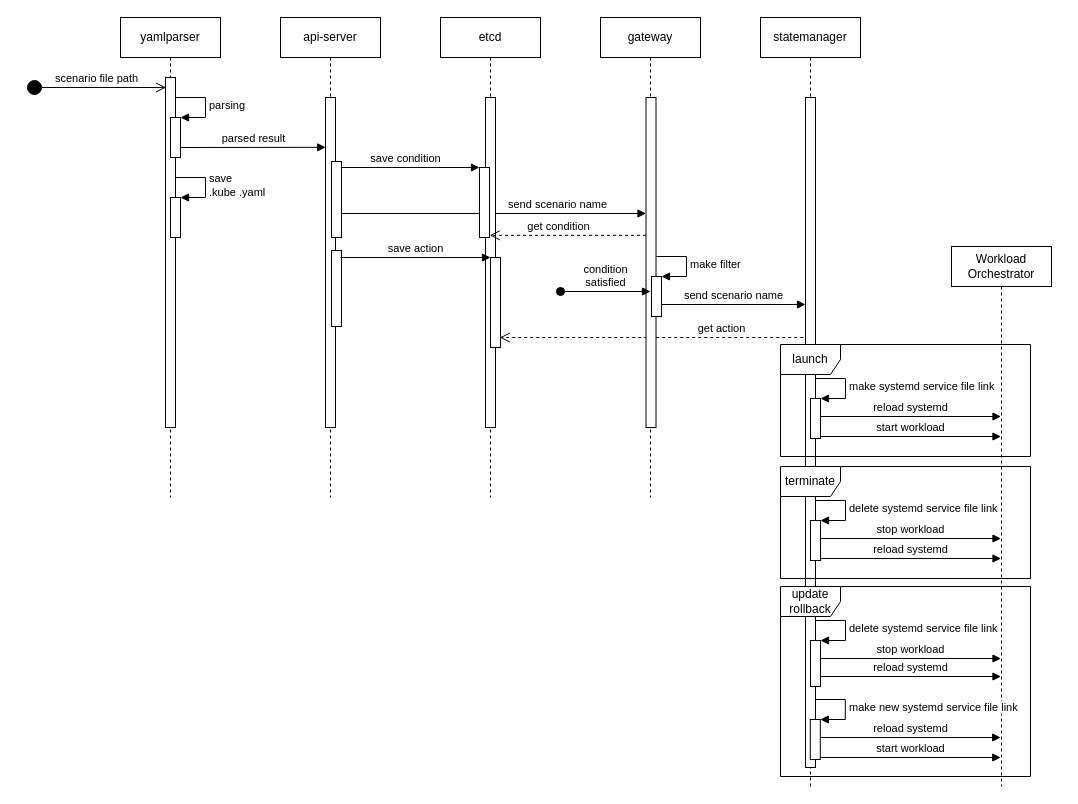
Before: page "launch" (2 of 4) of doc/images/piccolo.drawio in youngtaekiim/pullpiri, a draw.io diagram. Source tidied: cells renumbered, new cells numbered last; positions are measured from the earlier drawing's top-left corner, leaving out a move shared by most shapes. Both pictures are drawn from the tidied source at 100%, with x=0, y=0 at pixel (26, 17).
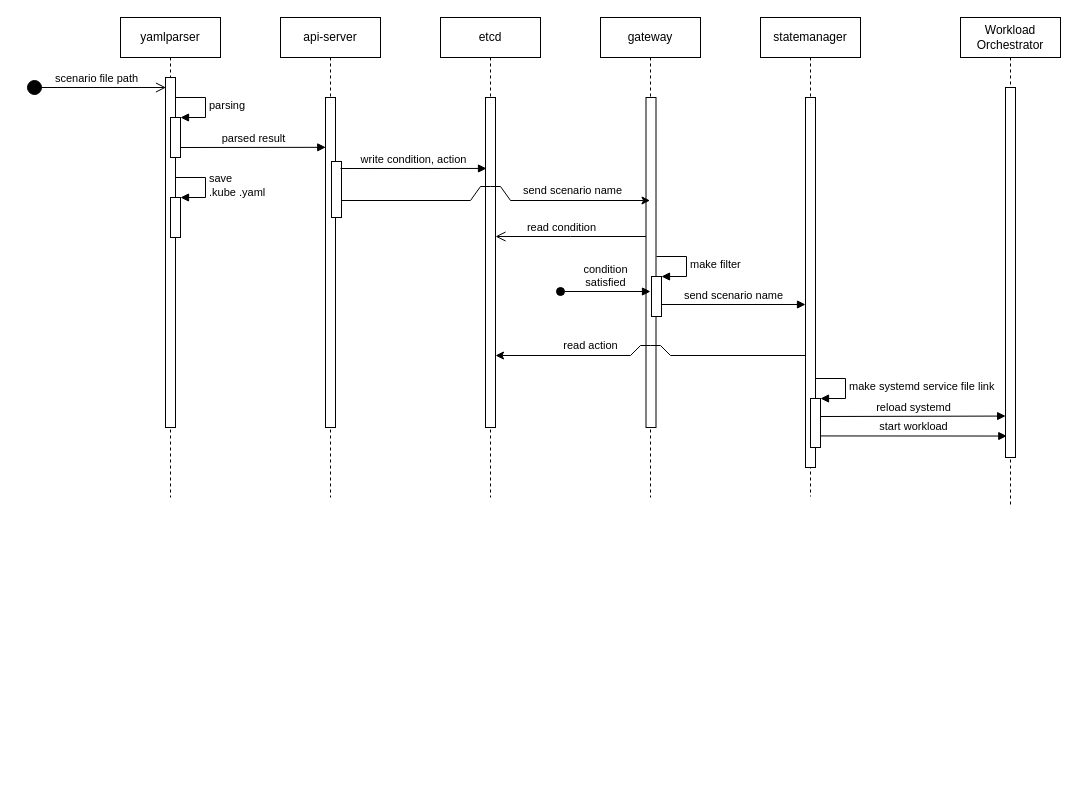
The same diagram, later.

Commit message:
update sequence diagram

Change to the diagram source:
```diff
@@
-    <mxCell id="2" value="get action" style="html=1;verticalAlign=bottom;endArrow=open;dashed=1;endSize=8;" parent="1" edge="1">
-      <mxGeometry x="-0.43" relative="1" as="geometry">
-        <mxPoint x="782.7" y="320" as="sourcePoint" />
-        <mxPoint x="473.3" y="320" as="targetPoint" />
-      </mxGeometry>
-    </mxCell>
-    <mxCell id="3" value="yamlparser" style="shape=umlLifeline;perimeter=lifelinePerimeter;whiteSpace=wrap;html=1;" parent="1" vertex="1">
+    <mxCell id="3" value="yamlparser" style="shape=umlLifeline;perimeter=lifelinePerimeter;whiteSpace=wrap;html=1;rounded=0;" parent="1" vertex="1">
       <mxGeometry x="94" width="100" height="480" as="geometry" />
     </mxCell>
-    <mxCell id="4" style="html=1;perimeter=orthogonalPerimeter;" parent="3" vertex="1">
-      <mxGeometry x="45" y="60" width="10" height="350" as="geometry" />
-    </mxCell>
-    <mxCell id="5" style="html=1;points=[];perimeter=orthogonalPerimeter;" parent="3" vertex="1">
-      <mxGeometry x="50" y="100" width="10" height="40" as="geometry" />
-    </mxCell>
+    <mxCell id="51" style="html=1;perimeter=orthogonalPerimeter;rounded=0;" parent="3" vertex="1">
+      <mxGeometry x="45" y="60" width="10" height="350" as="geometry" />
+    </mxCell>
+    <mxCell id="52" style="html=1;points=[];perimeter=orthogonalPerimeter;rounded=0;" parent="3" vertex="1">
+      <mxGeometry x="50" y="100" width="10" height="40" as="geometry" />
+    </mxCell>
-    <mxCell id="6" value="parsing" style="edgeStyle=orthogonalEdgeStyle;html=1;align=left;spacingLeft=2;endArrow=block;rounded=0;entryX=1;entryY=0;" parent="3" edge="1" target="5">
+    <mxCell id="6" value="parsing" style="edgeStyle=orthogonalEdgeStyle;html=1;align=left;spacingLeft=2;endArrow=block;rounded=0;entryX=1;entryY=0;" parent="3" edge="1" target="52">
       <mxGeometry relative="1" as="geometry">
         <mxPoint x="55" y="80" as="sourcePoint" />
         <Array as="points">
           <mxPoint x="85" y="80" />
         </Array>
       </mxGeometry>
     </mxCell>
-    <mxCell id="7" style="html=1;points=[];perimeter=orthogonalPerimeter;" parent="3" vertex="1">
-      <mxGeometry x="50" y="180" width="10" height="40" as="geometry" />
-    </mxCell>
+    <mxCell id="53" style="html=1;points=[];perimeter=orthogonalPerimeter;rounded=0;" parent="3" vertex="1">
+      <mxGeometry x="50" y="180" width="10" height="40" as="geometry" />
+    </mxCell>
-    <mxCell id="8" value="save &lt;br&gt;.kube&amp;nbsp;.yaml" style="edgeStyle=orthogonalEdgeStyle;html=1;align=left;spacingLeft=2;endArrow=block;rounded=0;entryX=1;entryY=0;" parent="3" edge="1" target="7">
+    <mxCell id="8" value="save &lt;br&gt;.kube&amp;nbsp;.yaml" style="edgeStyle=orthogonalEdgeStyle;html=1;align=left;spacingLeft=2;endArrow=block;rounded=0;entryX=1;entryY=0;" parent="3" edge="1" target="53">
       <mxGeometry x="0.01" relative="1" as="geometry">
         <mxPoint x="55" y="160" as="sourcePoint" />
         <Array as="points">
           <mxPoint x="85" y="160" />
         </Array>
       </mxGeometry>
     </mxCell>
-    <mxCell id="9" value="parsed result" style="html=1;verticalAlign=bottom;endArrow=block;entryX=0.024;entryY=0.151;entryDx=0;entryDy=0;entryPerimeter=0;" parent="3" edge="1" target="12">
+    <mxCell id="9" value="parsed result" style="html=1;verticalAlign=bottom;endArrow=block;entryX=0.024;entryY=0.151;entryDx=0;entryDy=0;entryPerimeter=0;rounded=0;" parent="3" edge="1" target="54">
       <mxGeometry relative="1" as="geometry">
         <mxPoint x="60" y="130" as="sourcePoint" />
       </mxGeometry>
     </mxCell>
-    <mxCell id="10" value="api-server" style="shape=umlLifeline;perimeter=lifelinePerimeter;whiteSpace=wrap;html=1;outlineConnect=0;" parent="1" vertex="1">
+    <mxCell id="10" value="api-server" style="shape=umlLifeline;perimeter=lifelinePerimeter;whiteSpace=wrap;html=1;outlineConnect=0;rounded=0;" parent="1" vertex="1">
       <mxGeometry x="254" width="100" height="480" as="geometry" />
     </mxCell>
-    <mxCell id="11" value="save condition" style="html=1;verticalAlign=bottom;endArrow=block;entryX=0.5;entryY=0.069;entryDx=0;entryDy=0;entryPerimeter=0;" parent="10" edge="1" source="10">
-      <mxGeometry relative="1" as="geometry">
-        <mxPoint x="199" y="150" as="targetPoint" />
-      </mxGeometry>
-    </mxCell>
-    <mxCell id="12" style="html=1;points=[];perimeter=orthogonalPerimeter;" parent="10" vertex="1">
-      <mxGeometry x="45" y="80" width="10" height="330" as="geometry" />
-    </mxCell>
-    <mxCell id="13" value="send scenario name" style="html=1;verticalAlign=bottom;endArrow=block;" parent="10" edge="1">
-      <mxGeometry x="0.42" relative="1" as="geometry">
-        <mxPoint x="61" y="196" as="sourcePoint" />
-        <mxPoint x="365.5" y="196" as="targetPoint" />
-      </mxGeometry>
-    </mxCell>
-    <mxCell id="14" style="html=1;perimeter=orthogonalPerimeter;" parent="10" vertex="1">
-      <mxGeometry x="51" y="233" width="10" height="76" as="geometry" />
-    </mxCell>
-    <mxCell id="15" style="html=1;perimeter=orthogonalPerimeter;" parent="10" vertex="1">
-      <mxGeometry x="51" y="144" width="10" height="76" as="geometry" />
-    </mxCell>
+    <mxCell id="54" style="html=1;points=[];perimeter=orthogonalPerimeter;rounded=0;" parent="10" vertex="1">
+      <mxGeometry x="45" y="80" width="10" height="330" as="geometry" />
+    </mxCell>
+    <mxCell id="55" style="html=1;perimeter=orthogonalPerimeter;rounded=0;" parent="10" vertex="1">
+      <mxGeometry x="51" y="144" width="10" height="56" as="geometry" />
+    </mxCell>
-    <mxCell id="16" value="gateway" style="shape=umlLifeline;perimeter=lifelinePerimeter;whiteSpace=wrap;html=1;" parent="1" vertex="1">
+    <mxCell id="16" value="gateway" style="shape=umlLifeline;perimeter=lifelinePerimeter;whiteSpace=wrap;html=1;rounded=0;" parent="1" vertex="1">
       <mxGeometry x="574" width="100" height="480" as="geometry" />
     </mxCell>
-    <mxCell id="17" style="html=1;points=[];perimeter=orthogonalPerimeter;" parent="16" vertex="1">
-      <mxGeometry x="45.5" y="80" width="10" height="330" as="geometry" />
-    </mxCell>
-    <mxCell id="18" style="html=1;points=[];perimeter=orthogonalPerimeter;" parent="16" vertex="1">
-      <mxGeometry x="51" y="259" width="10" height="40" as="geometry" />
-    </mxCell>
+    <mxCell id="56" style="html=1;points=[];perimeter=orthogonalPerimeter;rounded=0;" parent="16" vertex="1">
+      <mxGeometry x="45.5" y="80" width="10" height="330" as="geometry" />
+    </mxCell>
+    <mxCell id="57" style="html=1;points=[];perimeter=orthogonalPerimeter;rounded=0;" parent="16" vertex="1">
+      <mxGeometry x="51" y="259" width="10" height="40" as="geometry" />
+    </mxCell>
-    <mxCell id="19" value="make filter" style="edgeStyle=orthogonalEdgeStyle;html=1;align=left;spacingLeft=2;endArrow=block;rounded=0;entryX=1;entryY=0;" parent="16" edge="1" target="18">
+    <mxCell id="19" value="make filter" style="edgeStyle=orthogonalEdgeStyle;html=1;align=left;spacingLeft=2;endArrow=block;rounded=0;entryX=1;entryY=0;" parent="16" edge="1" target="57">
       <mxGeometry relative="1" as="geometry">
         <mxPoint x="56" y="239" as="sourcePoint" />
         <Array as="points">
           <mxPoint x="86" y="239" />
         </Array>
       </mxGeometry>
     </mxCell>
-    <mxCell id="20" value="send scenario name" style="html=1;verticalAlign=bottom;endArrow=block;" parent="16" edge="1">
-      <mxGeometry relative="1" as="geometry">
-        <mxPoint x="61" y="287" as="sourcePoint" />
-        <mxPoint x="205" y="287" as="targetPoint" />
-      </mxGeometry>
-    </mxCell>
+    <mxCell id="58" value="send scenario name" style="html=1;verticalAlign=bottom;endArrow=block;rounded=0;" parent="16" edge="1">
+      <mxGeometry relative="1" as="geometry">
+        <mxPoint x="61" y="287" as="sourcePoint" />
+        <mxPoint x="205" y="287" as="targetPoint" />
+      </mxGeometry>
+    </mxCell>
-    <mxCell id="21" value="statemanager" style="shape=umlLifeline;perimeter=lifelinePerimeter;whiteSpace=wrap;html=1;" parent="1" vertex="1">
-      <mxGeometry x="734" width="100" height="769" as="geometry" />
+    <mxCell id="21" value="statemanager" style="shape=umlLifeline;perimeter=lifelinePerimeter;whiteSpace=wrap;html=1;rounded=0;" parent="1" vertex="1">
+      <mxGeometry x="734" width="100" height="479" as="geometry" />
     </mxCell>
-    <mxCell id="22" style="html=1;perimeter=orthogonalPerimeter;" parent="21" vertex="1">
-      <mxGeometry x="45" y="80" width="10" height="670" as="geometry" />
-    </mxCell>
-    <mxCell id="23" style="html=1;points=[];perimeter=orthogonalPerimeter;" parent="21" vertex="1">
-      <mxGeometry x="50" y="381" width="10" height="40" as="geometry" />
-    </mxCell>
+    <mxCell id="59" style="html=1;perimeter=orthogonalPerimeter;rounded=0;" parent="21" vertex="1">
+      <mxGeometry x="45" y="80" width="10" height="370" as="geometry" />
+    </mxCell>
+    <mxCell id="60" style="html=1;points=[];perimeter=orthogonalPerimeter;rounded=0;" parent="21" vertex="1">
+      <mxGeometry x="50" y="381" width="10" height="49" as="geometry" />
+    </mxCell>
-    <mxCell id="24" value="make systemd service file link" style="edgeStyle=orthogonalEdgeStyle;html=1;align=left;spacingLeft=2;endArrow=block;rounded=0;entryX=1;entryY=0;" parent="21" edge="1" target="23">
+    <mxCell id="24" value="make systemd service file link" style="edgeStyle=orthogonalEdgeStyle;html=1;align=left;spacingLeft=2;endArrow=block;rounded=0;entryX=1;entryY=0;" parent="21" edge="1" target="60">
       <mxGeometry relative="1" as="geometry">
         <mxPoint x="55" y="361" as="sourcePoint" />
         <Array as="points">
           <mxPoint x="85" y="361" />
         </Array>
       </mxGeometry>
     </mxCell>
-    <mxCell id="25" value="scenario file path" style="html=1;verticalAlign=bottom;startArrow=circle;startFill=1;endArrow=open;startSize=6;endSize=8;" parent="1" edge="1">
+    <mxCell id="25" value="scenario file path" style="html=1;verticalAlign=bottom;startArrow=circle;startFill=1;endArrow=open;startSize=6;endSize=8;rounded=0;" parent="1" edge="1">
       <mxGeometry relative="1" as="geometry">
         <mxPoint y="70" as="sourcePoint" />
         <mxPoint x="139.5" y="70" as="targetPoint" />
       </mxGeometry>
     </mxCell>
-    <mxCell id="26" value="etcd" style="shape=umlLifeline;perimeter=lifelinePerimeter;whiteSpace=wrap;html=1;" parent="1" vertex="1">
+    <mxCell id="26" value="etcd" style="shape=umlLifeline;perimeter=lifelinePerimeter;whiteSpace=wrap;html=1;rounded=0;" parent="1" vertex="1">
       <mxGeometry x="414" width="100" height="480" as="geometry" />
     </mxCell>
-    <mxCell id="27" style="html=1;perimeter=orthogonalPerimeter;" parent="26" vertex="1">
-      <mxGeometry x="45" y="80" width="10" height="330" as="geometry" />
-    </mxCell>
-    <mxCell id="28" style="html=1;points=[];perimeter=orthogonalPerimeter;" parent="26" vertex="1">
-      <mxGeometry x="39" y="150" width="10" height="70" as="geometry" />
-    </mxCell>
-    <mxCell id="29" style="html=1;perimeter=orthogonalPerimeter;" parent="26" vertex="1">
-      <mxGeometry x="50" y="240" width="10" height="90" as="geometry" />
-    </mxCell>
-    <mxCell id="30" value="save action" style="html=1;verticalAlign=bottom;endArrow=block;" parent="1" edge="1">
-      <mxGeometry relative="1" as="geometry">
-        <mxPoint x="314" y="240" as="sourcePoint" />
-        <mxPoint x="464" y="240" as="targetPoint" />
-      </mxGeometry>
-    </mxCell>
+    <mxCell id="61" style="html=1;points=[];perimeter=orthogonalPerimeter;rounded=0;" parent="26" vertex="1">
+      <mxGeometry x="45" y="80" width="10" height="330" as="geometry" />
+    </mxCell>
-    <mxCell id="31" value="condition&lt;br&gt;satisfied" style="html=1;verticalAlign=bottom;startArrow=oval;startFill=1;endArrow=block;startSize=8;" parent="1" edge="1">
+    <mxCell id="31" value="condition&lt;br&gt;satisfied" style="html=1;verticalAlign=bottom;startArrow=oval;startFill=1;endArrow=block;startSize=8;rounded=0;" parent="1" edge="1">
       <mxGeometry relative="1" as="geometry">
         <mxPoint x="534" y="274" as="sourcePoint" />
         <mxPoint x="624" y="274" as="targetPoint" />
       </mxGeometry>
     </mxCell>
-    <mxCell id="32" value="get condition" style="html=1;verticalAlign=bottom;endArrow=open;dashed=1;endSize=8;horizontal=1;labelPosition=center;verticalLabelPosition=top;align=center;entryX=1.02;entryY=0.969;entryDx=0;entryDy=0;entryPerimeter=0;" parent="1" edge="1" source="17" target="28">
-      <mxGeometry x="0.13" relative="1" as="geometry" />
-    </mxCell>
-    <mxCell id="33" value="reload systemd" style="html=1;verticalAlign=bottom;endArrow=block;exitX=1;exitY=0.75;exitDx=0;exitDy=0;exitPerimeter=0;" parent="1" edge="1" target="34">
-      <mxGeometry relative="1" as="geometry">
-        <mxPoint x="794" y="399" as="sourcePoint" />
-      </mxGeometry>
-    </mxCell>
+    <mxCell id="62" value="read condition" style="html=1;verticalAlign=bottom;endArrow=open;endSize=8;horizontal=1;labelPosition=center;verticalLabelPosition=top;align=center;rounded=0;" parent="1" edge="1" source="56" target="61">
+      <mxGeometry x="0.13" relative="1" as="geometry">
+        <Array as="points">
+          <mxPoint x="544" y="219" />
+        </Array>
+      </mxGeometry>
+    </mxCell>
+    <mxCell id="63" value="reload systemd" style="html=1;verticalAlign=bottom;endArrow=block;exitX=1;exitY=0.75;exitDx=0;exitDy=0;exitPerimeter=0;entryX=0.012;entryY=0.888;entryDx=0;entryDy=0;entryPerimeter=0;rounded=0;" parent="1" edge="1" target="64">
+      <mxGeometry relative="1" as="geometry">
+        <mxPoint x="794" y="399" as="sourcePoint" />
+      </mxGeometry>
+    </mxCell>
-    <mxCell id="34" value="Workload&lt;br&gt;Orchestrator" style="shape=umlLifeline;perimeter=lifelinePerimeter;whiteSpace=wrap;html=1;outlineConnect=0;" parent="1" vertex="1">
-      <mxGeometry x="925" y="229" width="100" height="540" as="geometry" />
+    <mxCell id="34" value="Workload&lt;br&gt;Orchestrator" style="shape=umlLifeline;perimeter=lifelinePerimeter;whiteSpace=wrap;html=1;outlineConnect=0;rounded=0;" parent="1" vertex="1">
+      <mxGeometry x="934" width="100" height="490" as="geometry" />
     </mxCell>
-    <mxCell id="35" value="start workload" style="html=1;verticalAlign=bottom;endArrow=block;exitX=1;exitY=0.75;exitDx=0;exitDy=0;exitPerimeter=0;" parent="1" edge="1">
-      <mxGeometry relative="1" as="geometry">
-        <mxPoint x="794" y="419" as="sourcePoint" />
-        <mxPoint x="974.5" y="419" as="targetPoint" />
-      </mxGeometry>
-    </mxCell>
-    <mxCell id="36" value="terminate" style="shape=umlFrame;whiteSpace=wrap;html=1;" parent="1" vertex="1">
-      <mxGeometry x="754" y="449" width="250" height="112" as="geometry" />
-    </mxCell>
-    <mxCell id="37" style="html=1;points=[];perimeter=orthogonalPerimeter;" parent="1" vertex="1">
-      <mxGeometry x="784" y="503" width="10" height="40" as="geometry" />
-    </mxCell>
-    <mxCell id="38" value="delete systemd service file link" style="edgeStyle=orthogonalEdgeStyle;html=1;align=left;spacingLeft=2;endArrow=block;rounded=0;entryX=1;entryY=0;" parent="1" edge="1" target="37">
-      <mxGeometry relative="1" as="geometry">
-        <mxPoint x="789" y="483" as="sourcePoint" />
-        <Array as="points">
-          <mxPoint x="819" y="483" />
-        </Array>
-      </mxGeometry>
-    </mxCell>
-    <mxCell id="39" value="stop workload" style="html=1;verticalAlign=bottom;endArrow=block;exitX=1;exitY=0.75;exitDx=0;exitDy=0;exitPerimeter=0;" parent="1" edge="1">
-      <mxGeometry relative="1" as="geometry">
-        <mxPoint x="794" y="521" as="sourcePoint" />
-        <mxPoint x="974.5" y="521" as="targetPoint" />
-      </mxGeometry>
-    </mxCell>
-    <mxCell id="40" value="reload systemd" style="html=1;verticalAlign=bottom;endArrow=block;exitX=1;exitY=0.75;exitDx=0;exitDy=0;exitPerimeter=0;" parent="1" edge="1">
-      <mxGeometry relative="1" as="geometry">
-        <mxPoint x="794" y="541" as="sourcePoint" />
-        <mxPoint x="974.5" y="541" as="targetPoint" />
-      </mxGeometry>
-    </mxCell>
-    <mxCell id="41" value="update&lt;br&gt;rollback" style="shape=umlFrame;whiteSpace=wrap;html=1;" parent="1" vertex="1">
-      <mxGeometry x="754" y="569" width="250" height="190" as="geometry" />
-    </mxCell>
-    <mxCell id="42" style="html=1;points=[];perimeter=orthogonalPerimeter;" parent="1" vertex="1">
-      <mxGeometry x="784" y="623" width="10" height="46" as="geometry" />
-    </mxCell>
-    <mxCell id="43" value="delete systemd service file link" style="edgeStyle=orthogonalEdgeStyle;html=1;align=left;spacingLeft=2;endArrow=block;rounded=0;entryX=1;entryY=0;" parent="1" edge="1" target="42">
-      <mxGeometry relative="1" as="geometry">
-        <mxPoint x="789" y="603" as="sourcePoint" />
-        <Array as="points">
-          <mxPoint x="819" y="603" />
-        </Array>
-      </mxGeometry>
-    </mxCell>
-    <mxCell id="44" value="stop workload" style="html=1;verticalAlign=bottom;endArrow=block;exitX=1;exitY=0.75;exitDx=0;exitDy=0;exitPerimeter=0;" parent="1" edge="1">
-      <mxGeometry relative="1" as="geometry">
-        <mxPoint x="794" y="641" as="sourcePoint" />
-        <mxPoint x="974.5" y="641" as="targetPoint" />
-      </mxGeometry>
-    </mxCell>
-    <mxCell id="45" value="launch" style="shape=umlFrame;whiteSpace=wrap;html=1;" parent="1" vertex="1">
-      <mxGeometry x="754" y="327" width="250" height="112" as="geometry" />
-    </mxCell>
-    <mxCell id="46" style="html=1;points=[];perimeter=orthogonalPerimeter;" parent="1" vertex="1">
-      <mxGeometry x="783.8" y="702" width="10" height="40" as="geometry" />
-    </mxCell>
-    <mxCell id="47" value="make new systemd service file link" style="edgeStyle=orthogonalEdgeStyle;html=1;align=left;spacingLeft=2;endArrow=block;rounded=0;entryX=1;entryY=0;" parent="1" edge="1" target="46">
-      <mxGeometry relative="1" as="geometry">
-        <mxPoint x="788.8" y="682" as="sourcePoint" />
-        <Array as="points">
-          <mxPoint x="818.8" y="682" />
-        </Array>
-      </mxGeometry>
-    </mxCell>
-    <mxCell id="48" value="reload systemd" style="html=1;verticalAlign=bottom;endArrow=block;exitX=1;exitY=0.75;exitDx=0;exitDy=0;exitPerimeter=0;" parent="1" edge="1">
-      <mxGeometry relative="1" as="geometry">
-        <mxPoint x="793.8" y="720" as="sourcePoint" />
-        <mxPoint x="974.2" y="720" as="targetPoint" />
-      </mxGeometry>
-    </mxCell>
-    <mxCell id="49" value="start workload" style="html=1;verticalAlign=bottom;endArrow=block;exitX=1;exitY=0.75;exitDx=0;exitDy=0;exitPerimeter=0;" parent="1" edge="1">
-      <mxGeometry relative="1" as="geometry">
-        <mxPoint x="793.8" y="740" as="sourcePoint" />
-        <mxPoint x="974.2" y="740" as="targetPoint" />
-      </mxGeometry>
-    </mxCell>
-    <mxCell id="50" value="reload systemd" style="html=1;verticalAlign=bottom;endArrow=block;exitX=1;exitY=0.75;exitDx=0;exitDy=0;exitPerimeter=0;" parent="1" edge="1">
-      <mxGeometry relative="1" as="geometry">
-        <mxPoint x="794" y="659" as="sourcePoint" />
-        <mxPoint x="974.5" y="659" as="targetPoint" />
-      </mxGeometry>
-    </mxCell>
+    <mxCell id="64" style="html=1;points=[];perimeter=orthogonalPerimeter;rounded=0;" parent="34" vertex="1">
+      <mxGeometry x="45" y="70" width="10" height="370" as="geometry" />
+    </mxCell>
+    <mxCell id="65" value="start workload" style="html=1;verticalAlign=bottom;endArrow=block;entryX=0.129;entryY=0.942;entryDx=0;entryDy=0;entryPerimeter=0;exitX=0.962;exitY=0.764;exitDx=0;exitDy=0;exitPerimeter=0;rounded=0;" parent="1" edge="1" source="60" target="64">
+      <mxGeometry relative="1" as="geometry" />
+    </mxCell>
+    <mxCell id="66" value="write condition, action" style="html=1;verticalAlign=bottom;endArrow=block;entryX=0.1;entryY=0.215;entryDx=0;entryDy=0;entryPerimeter=0;rounded=0;" parent="1" edge="1" target="61">
+      <mxGeometry relative="1" as="geometry">
+        <mxPoint x="314" y="151" as="sourcePoint" />
+      </mxGeometry>
+    </mxCell>
+    <mxCell id="67" style="edgeStyle=none;html=1;rounded=0;" parent="1" edge="1">
+      <mxGeometry relative="1" as="geometry">
+        <mxPoint x="315" y="183" as="sourcePoint" />
+        <mxPoint x="623.5" y="183" as="targetPoint" />
+        <Array as="points">
+          <mxPoint x="444" y="183" />
+          <mxPoint x="454" y="169" />
+          <mxPoint x="464" y="169" />
+          <mxPoint x="474" y="169" />
+          <mxPoint x="484" y="183" />
+        </Array>
+      </mxGeometry>
+    </mxCell>
+    <mxCell id="68" value="send scenario name" style="edgeLabel;html=1;align=center;verticalAlign=middle;rounded=0;" parent="67" vertex="1">
+      <mxGeometry x="0.72" y="-1" relative="1" as="geometry">
+        <mxPoint x="-33" y="-12" as="offset" />
+      </mxGeometry>
+    </mxCell>
+    <mxCell id="69" value="read action" style="edgeStyle=none;html=1;rounded=0;" parent="1" edge="1">
+      <mxGeometry x="0.4" y="-10" relative="1" as="geometry">
+        <mxPoint x="779" y="338" as="sourcePoint" />
+        <mxPoint x="469" y="338" as="targetPoint" />
+        <Array as="points">
+          <mxPoint x="644" y="338" />
+          <mxPoint x="634" y="328" />
+          <mxPoint x="624" y="328" />
+          <mxPoint x="614" y="328" />
+          <mxPoint x="604" y="338" />
+        </Array>
+      </mxGeometry>
+    </mxCell>
```
